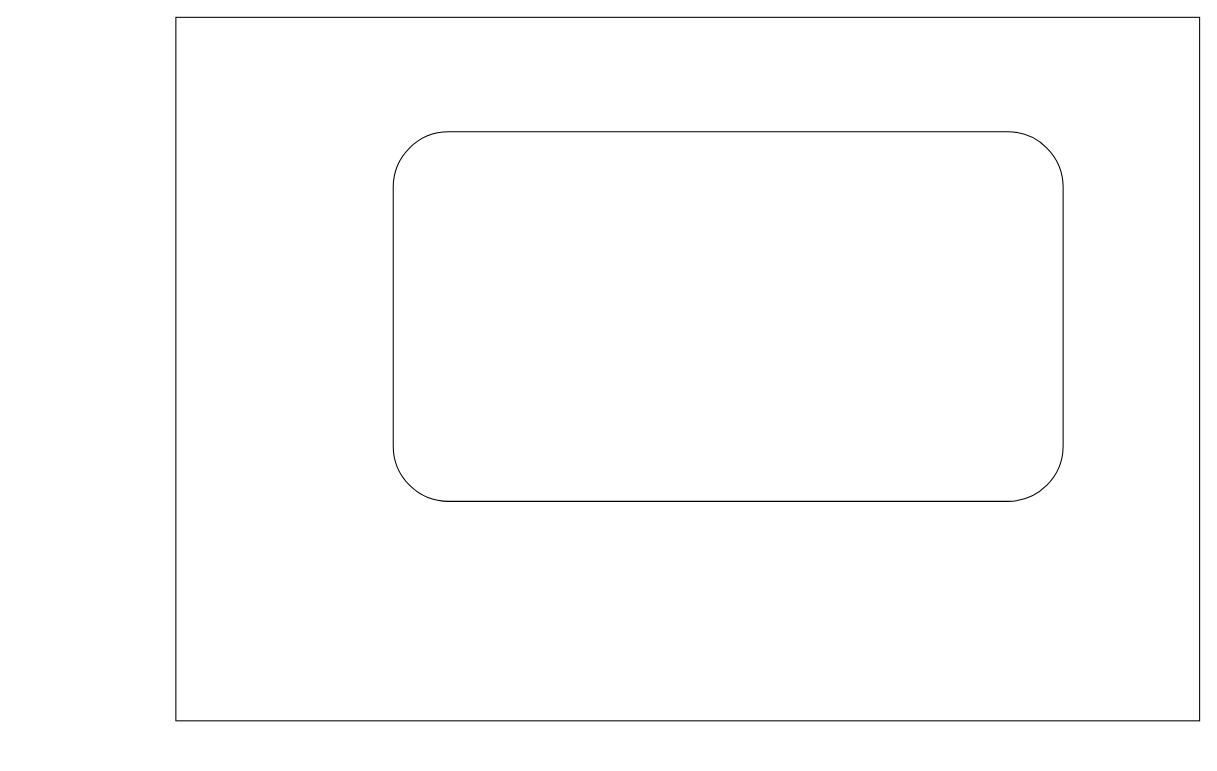
This is Untitled Diagram.drawio from RP565017/MyProjects, a draw.io file, before an edit. Source tidied: cells renumbered, new cells numbered last; positions are measured from the earlier drawing's top-left corner, leaving out a move shared by most shapes. Both pictures are drawn from the tidied source at 105%, with x=0, y=0 at pixel (175, 17).
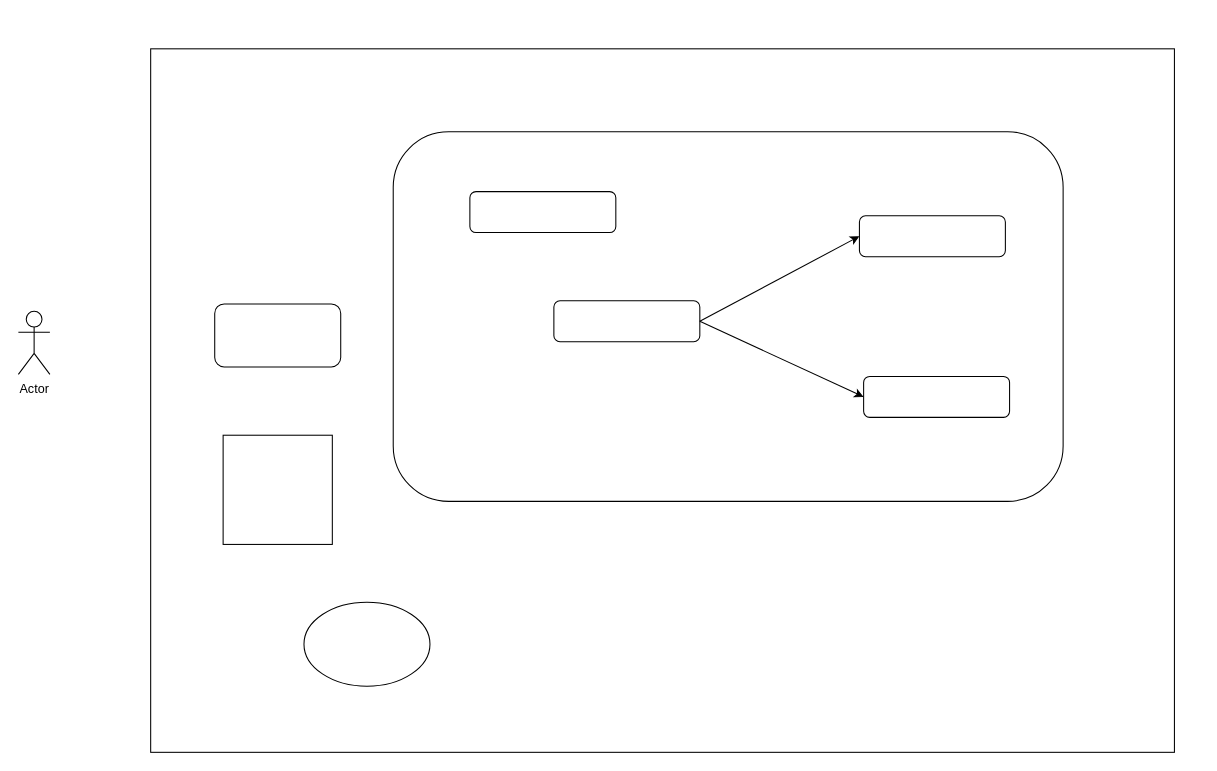
After the change.

The edit, as a diff of the source:
```diff
@@
 <mxGraphModel>
   <root>
     <mxCell id="0" />
     <mxCell id="1" parent="0" />
     <mxCell id="2" style="rounded=0;whiteSpace=wrap;html=1;" parent="1" vertex="1">
-      <mxGeometry width="975" height="670" as="geometry" />
+      <mxGeometry x="-24" y="30" width="975" height="670" as="geometry" />
     </mxCell>
     <mxCell id="3" style="rounded=1;whiteSpace=wrap;html=1;" parent="1" vertex="1">
       <mxGeometry x="207" y="109" width="638" height="352" as="geometry" />
     </mxCell>
+    <mxCell id="4" style="rounded=1;whiteSpace=wrap;html=1;" parent="1" vertex="1">
+      <mxGeometry x="280" y="166" width="139" height="39" as="geometry" />
+    </mxCell>
+    <mxCell id="5" style="rounded=1;whiteSpace=wrap;html=1;" parent="1" vertex="1">
+      <mxGeometry x="655" y="342" width="139" height="39" as="geometry" />
+    </mxCell>
+    <mxCell id="6" style="rounded=1;whiteSpace=wrap;html=1;" parent="1" vertex="1">
+      <mxGeometry x="651" y="189" width="139" height="39" as="geometry" />
+    </mxCell>
+    <mxCell id="7" style="rounded=1;whiteSpace=wrap;html=1;" parent="1" vertex="1">
+      <mxGeometry x="360" y="270" width="139" height="39" as="geometry" />
+    </mxCell>
+    <mxCell id="8" style="endArrow=classic;html=1;rounded=0;exitX=1;exitY=0.5;exitDx=0;exitDy=0;entryX=0;entryY=0.5;entryDx=0;entryDy=0;" parent="1" edge="1" source="7" target="6">
+      <mxGeometry relative="1" as="geometry" />
+    </mxCell>
+    <mxCell id="9" style="endArrow=classic;html=1;rounded=0;exitX=1;exitY=0.5;exitDx=0;exitDy=0;entryX=0;entryY=0.5;entryDx=0;entryDy=0;" parent="1" edge="1" source="7" target="5">
+      <mxGeometry relative="1" as="geometry" />
+    </mxCell>
+    <mxCell id="10" style="rounded=1;whiteSpace=wrap;html=1;" parent="1" vertex="1">
+      <mxGeometry x="37" y="273" width="120" height="60" as="geometry" />
+    </mxCell>
+    <mxCell id="11" style="whiteSpace=wrap;html=1;" parent="1" vertex="1">
+      <mxGeometry x="45" y="398" width="104" height="104" as="geometry" />
+    </mxCell>
+    <mxCell id="12" style="ellipse;whiteSpace=wrap;html=1;" parent="1" vertex="1">
+      <mxGeometry x="122" y="557" width="120" height="80" as="geometry" />
+    </mxCell>
+    <mxCell id="13" value="Actor" style="shape=umlActor;verticalLabelPosition=bottom;verticalAlign=top;html=1;" parent="1" vertex="1">
+      <mxGeometry x="-150" y="280" width="30" height="60" as="geometry" />
+    </mxCell>
   </root>
 </mxGraphModel>
```
